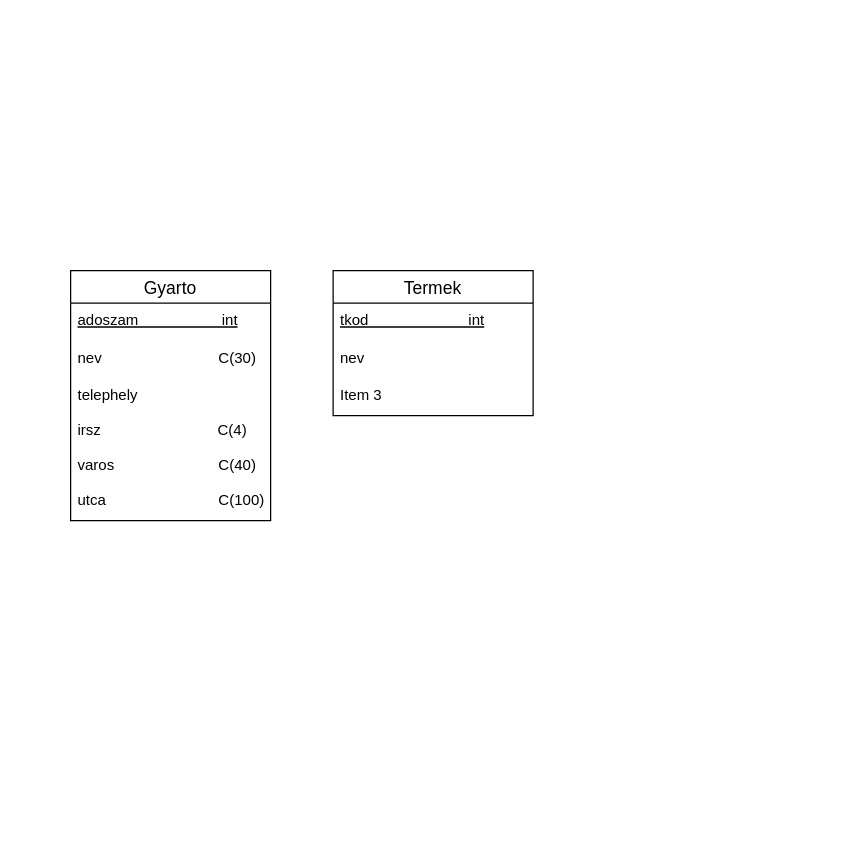
Earlier version of the draw.io diagram page "EZ3YRC_5.3" (4 of 5) of EZ3YRC_1011/5.ora.drawio (Ddavid111/EZ3YRC_DB1Gyak). Source tidied: cells renumbered, new cells numbered last; positions are measured from the earlier drawing's top-left corner, leaving out a move shared by most shapes. Both pictures are drawn from the tidied source at 125%, with x=0, y=0 at pixel (70, 270).
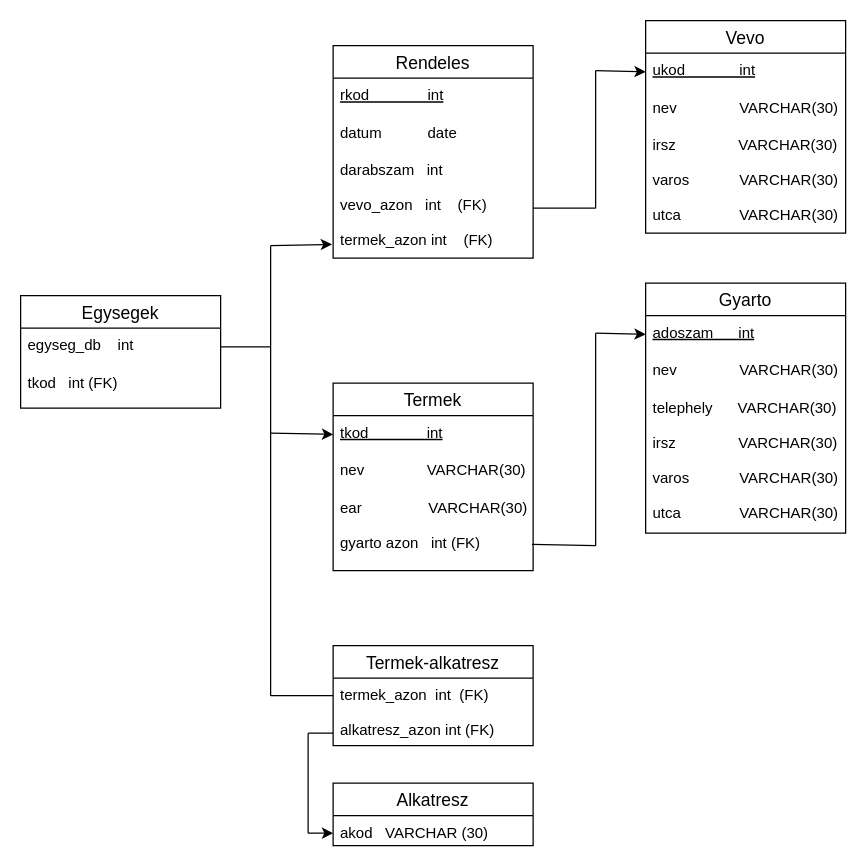
The same page after the edit.

Diff of the diagram source:
```diff
@@
     <mxCell id="2" value="Gyarto" style="swimlane;fontStyle=0;horizontal=1;startSize=26;align=center;fontSize=14;" parent="1" vertex="1">
-      <mxGeometry width="160" height="200" as="geometry" />
+      <mxGeometry x="460" y="10" width="160" height="200" as="geometry" />
     </mxCell>
-    <mxCell id="3" value="adoszam                    int" style="text;strokeColor=none;fillColor=none;spacingLeft=4;spacingRight=4;overflow=hidden;points=[[0,0.5],[1,0.5]];portConstraint=eastwest;fontSize=12;fontStyle=4;" parent="2" vertex="1">
+    <mxCell id="3" value="adoszam      int" style="text;strokeColor=none;fillColor=none;spacingLeft=4;spacingRight=4;overflow=hidden;points=[[0,0.5],[1,0.5]];portConstraint=eastwest;fontSize=12;fontStyle=4;" parent="2" vertex="1">
       <mxGeometry y="26" width="160" height="30" as="geometry" />
     </mxCell>
-    <mxCell id="4" value="nev                            C(30)" style="text;strokeColor=none;fillColor=none;spacingLeft=4;spacingRight=4;overflow=hidden;fontSize=12;" parent="2" vertex="1">
+    <mxCell id="4" value="nev               VARCHAR(30)" style="text;strokeColor=none;fillColor=none;spacingLeft=4;spacingRight=4;overflow=hidden;fontSize=12;" parent="2" vertex="1">
       <mxGeometry y="56" width="160" height="30" as="geometry" />
     </mxCell>
-    <mxCell id="5" value="telephely&#10;&#10;irsz                            C(4)&#10;&#10;varos                         C(40)&#10;&#10;utca                           C(100)" style="text;strokeColor=none;fillColor=none;spacingLeft=4;spacingRight=4;overflow=hidden;fontSize=12;" parent="2" vertex="1">
+    <mxCell id="5" value="telephely      VARCHAR(30)&#10;&#10;irsz               VARCHAR(30)&#10;&#10;varos            VARCHAR(30)&#10;&#10;utca              VARCHAR(30)" style="text;strokeColor=none;fillColor=none;spacingLeft=4;spacingRight=4;overflow=hidden;fontSize=12;" parent="2" vertex="1">
       <mxGeometry y="86" width="160" height="114" as="geometry" />
     </mxCell>
     <mxCell id="6" value="Termek" style="swimlane;fontStyle=0;horizontal=1;startSize=26;align=center;fontSize=14;" parent="1" vertex="1">
-      <mxGeometry x="210" width="160" height="116" as="geometry" />
+      <mxGeometry x="210" y="90" width="160" height="150" as="geometry" />
     </mxCell>
-    <mxCell id="7" value="tkod                        int" style="text;strokeColor=none;fillColor=none;spacingLeft=4;spacingRight=4;overflow=hidden;points=[[0,0.5],[1,0.5]];portConstraint=eastwest;fontSize=12;fontStyle=4;" parent="6" vertex="1">
+    <mxCell id="7" value="tkod              int" style="text;strokeColor=none;fillColor=none;spacingLeft=4;spacingRight=4;overflow=hidden;points=[[0,0.5],[1,0.5]];portConstraint=eastwest;fontSize=12;fontStyle=4;" parent="6" vertex="1">
       <mxGeometry y="26" width="160" height="30" as="geometry" />
     </mxCell>
-    <mxCell id="8" value="nev                         " style="text;strokeColor=none;fillColor=none;spacingLeft=4;spacingRight=4;overflow=hidden;fontSize=12;" parent="6" vertex="1">
+    <mxCell id="8" value="nev               VARCHAR(30)&#10; " style="text;strokeColor=none;fillColor=none;spacingLeft=4;spacingRight=4;overflow=hidden;fontSize=12;" parent="6" vertex="1">
       <mxGeometry y="56" width="160" height="30" as="geometry" />
     </mxCell>
-    <mxCell id="9" value="Item 3" style="text;strokeColor=none;fillColor=none;spacingLeft=4;spacingRight=4;overflow=hidden;points=[[0,0.5],[1,0.5]];portConstraint=eastwest;fontSize=12;" parent="6" vertex="1">
-      <mxGeometry y="86" width="160" height="30" as="geometry" />
+    <mxCell id="9" value="ear                VARCHAR(30)&#10;&#10;gyarto azon   int (FK)" style="text;strokeColor=none;fillColor=none;spacingLeft=4;spacingRight=4;overflow=hidden;points=[[0,0.5],[1,0.5]];portConstraint=eastwest;fontSize=12;" parent="6" vertex="1">
+      <mxGeometry y="86" width="160" height="64" as="geometry" />
     </mxCell>
+    <mxCell id="10" value="Vevo" style="swimlane;fontStyle=0;horizontal=1;startSize=26;align=center;fontSize=14;" parent="1" vertex="1">
+      <mxGeometry x="460" y="-200" width="160" height="170" as="geometry" />
+    </mxCell>
+    <mxCell id="11" value="ukod             int" style="text;strokeColor=none;fillColor=none;spacingLeft=4;spacingRight=4;overflow=hidden;points=[[0,0.5],[1,0.5]];portConstraint=eastwest;fontSize=12;fontStyle=4;" parent="10" vertex="1">
+      <mxGeometry y="26" width="160" height="30" as="geometry" />
+    </mxCell>
+    <mxCell id="12" value="nev               VARCHAR(30)" style="text;strokeColor=none;fillColor=none;spacingLeft=4;spacingRight=4;overflow=hidden;fontSize=12;" parent="10" vertex="1">
+      <mxGeometry y="56" width="160" height="30" as="geometry" />
+    </mxCell>
+    <mxCell id="13" value="irsz               VARCHAR(30)&#10;&#10;varos            VARCHAR(30)&#10;&#10;utca              VARCHAR(30)" style="text;strokeColor=none;fillColor=none;spacingLeft=4;spacingRight=4;overflow=hidden;fontSize=12;" parent="10" vertex="1">
+      <mxGeometry y="86" width="160" height="84" as="geometry" />
+    </mxCell>
+    <mxCell id="14" value="Rendeles" style="swimlane;fontStyle=0;horizontal=1;startSize=26;align=center;fontSize=14;" parent="1" vertex="1">
+      <mxGeometry x="210" y="-180" width="160" height="170" as="geometry" />
+    </mxCell>
+    <mxCell id="15" value="rkod              int" style="text;strokeColor=none;fillColor=none;spacingLeft=4;spacingRight=4;overflow=hidden;fontSize=12;fontStyle=4;" parent="14" vertex="1">
+      <mxGeometry y="26" width="160" height="30" as="geometry" />
+    </mxCell>
+    <mxCell id="16" value="datum           date" style="text;strokeColor=none;fillColor=none;spacingLeft=4;spacingRight=4;overflow=hidden;fontSize=12;" parent="14" vertex="1">
+      <mxGeometry y="56" width="160" height="30" as="geometry" />
+    </mxCell>
+    <mxCell id="17" value="darabszam   int&#10;&#10;vevo_azon   int    (FK)&#10;&#10;termek_azon int    (FK)" style="text;strokeColor=none;fillColor=none;spacingLeft=4;spacingRight=4;overflow=hidden;points=[[0,0.5],[1,0.5]];portConstraint=eastwest;fontSize=12;" parent="14" vertex="1">
+      <mxGeometry y="86" width="160" height="84" as="geometry" />
+    </mxCell>
+    <mxCell id="18" value="Egysegek" style="swimlane;fontStyle=0;horizontal=1;startSize=26;align=center;fontSize=14;" parent="1" vertex="1">
+      <mxGeometry x="-40" y="20" width="160" height="90" as="geometry" />
+    </mxCell>
+    <mxCell id="19" value="egyseg_db    int" style="text;strokeColor=none;fillColor=none;spacingLeft=4;spacingRight=4;overflow=hidden;points=[[0,0.5],[1,0.5]];portConstraint=eastwest;fontSize=12;fontStyle=0;" parent="18" vertex="1">
+      <mxGeometry y="26" width="160" height="30" as="geometry" />
+    </mxCell>
+    <mxCell id="20" value="tkod   int (FK)" style="text;strokeColor=none;fillColor=none;spacingLeft=4;spacingRight=4;overflow=hidden;fontSize=12;" parent="18" vertex="1">
+      <mxGeometry y="56" width="160" height="34" as="geometry" />
+    </mxCell>
+    <mxCell id="21" value="Termek-alkatresz" style="swimlane;fontStyle=0;horizontal=1;startSize=26;align=center;fontSize=14;" parent="1" vertex="1">
+      <mxGeometry x="210" y="300" width="160" height="80" as="geometry" />
+    </mxCell>
+    <mxCell id="22" value="termek_azon  int  (FK)&#10;&#10;alkatresz_azon int (FK)" style="text;strokeColor=none;fillColor=none;spacingLeft=4;spacingRight=4;overflow=hidden;fontSize=12;fontStyle=0;" parent="21" vertex="1">
+      <mxGeometry y="26" width="160" height="54" as="geometry" />
+    </mxCell>
+    <mxCell id="23" value="Alkatresz" style="swimlane;fontStyle=0;horizontal=1;startSize=26;align=center;fontSize=14;" parent="1" vertex="1">
+      <mxGeometry x="210" y="410" width="160" height="50" as="geometry" />
+    </mxCell>
+    <mxCell id="24" value="akod   VARCHAR (30)" style="text;strokeColor=none;fillColor=none;spacingLeft=4;spacingRight=4;overflow=hidden;fontSize=12;fontStyle=0;" parent="23" vertex="1">
+      <mxGeometry y="26" width="160" height="24" as="geometry" />
+    </mxCell>
+    <mxCell id="25" style="endArrow=none;html=1;rounded=0;exitX=1;exitY=0.5;exitDx=0;exitDy=0;" parent="1" edge="1" source="19">
+      <mxGeometry relative="1" as="geometry">
+        <mxPoint x="160" y="61" as="targetPoint" />
+      </mxGeometry>
+    </mxCell>
+    <mxCell id="26" style="endArrow=none;html=1;rounded=0;" parent="1" edge="1">
+      <mxGeometry relative="1" as="geometry">
+        <mxPoint x="160" y="340" as="sourcePoint" />
+        <mxPoint x="160" y="-20" as="targetPoint" />
+      </mxGeometry>
+    </mxCell>
+    <mxCell id="27" style="endArrow=classic;html=1;rounded=0;entryX=-0.006;entryY=0.869;entryDx=0;entryDy=0;entryPerimeter=0;" parent="1" edge="1" target="17">
+      <mxGeometry relative="1" as="geometry">
+        <mxPoint x="160" y="-20" as="sourcePoint" />
+      </mxGeometry>
+    </mxCell>
+    <mxCell id="28" style="endArrow=classic;html=1;rounded=0;entryX=0;entryY=0.5;entryDx=0;entryDy=0;" parent="1" edge="1" target="7">
+      <mxGeometry relative="1" as="geometry">
+        <mxPoint x="160" y="130" as="sourcePoint" />
+      </mxGeometry>
+    </mxCell>
+    <mxCell id="29" style="endArrow=none;html=1;rounded=0;" parent="1" edge="1">
+      <mxGeometry relative="1" as="geometry">
+        <mxPoint x="160" y="340" as="sourcePoint" />
+        <mxPoint x="210" y="340" as="targetPoint" />
+      </mxGeometry>
+    </mxCell>
+    <mxCell id="30" style="endArrow=none;html=1;rounded=0;" parent="1" edge="1">
+      <mxGeometry relative="1" as="geometry">
+        <mxPoint x="190" y="450" as="sourcePoint" />
+        <mxPoint x="190" y="370" as="targetPoint" />
+      </mxGeometry>
+    </mxCell>
+    <mxCell id="31" style="endArrow=classic;html=1;rounded=0;" parent="1" edge="1">
+      <mxGeometry relative="1" as="geometry">
+        <mxPoint x="190" y="450" as="sourcePoint" />
+        <mxPoint x="210" y="450" as="targetPoint" />
+      </mxGeometry>
+    </mxCell>
+    <mxCell id="32" style="endArrow=none;html=1;rounded=0;" parent="1" edge="1">
+      <mxGeometry relative="1" as="geometry">
+        <mxPoint x="190" y="370" as="sourcePoint" />
+        <mxPoint x="210" y="370" as="targetPoint" />
+      </mxGeometry>
+    </mxCell>
+    <mxCell id="33" style="endArrow=none;html=1;rounded=0;exitX=0.994;exitY=0.672;exitDx=0;exitDy=0;exitPerimeter=0;" parent="1" edge="1" source="9">
+      <mxGeometry relative="1" as="geometry">
+        <mxPoint x="420" y="220" as="targetPoint" />
+      </mxGeometry>
+    </mxCell>
+    <mxCell id="34" style="endArrow=none;html=1;rounded=0;" parent="1" edge="1">
+      <mxGeometry relative="1" as="geometry">
+        <mxPoint x="420" y="220" as="sourcePoint" />
+        <mxPoint x="420" y="50" as="targetPoint" />
+      </mxGeometry>
+    </mxCell>
+    <mxCell id="35" style="endArrow=classic;html=1;rounded=0;entryX=0;entryY=0.5;entryDx=0;entryDy=0;" parent="1" edge="1" target="3">
+      <mxGeometry relative="1" as="geometry">
+        <mxPoint x="420" y="50" as="sourcePoint" />
+      </mxGeometry>
+    </mxCell>
+    <mxCell id="36" style="endArrow=none;html=1;rounded=0;" parent="1" edge="1">
+      <mxGeometry relative="1" as="geometry">
+        <mxPoint x="370" y="-50" as="sourcePoint" />
+        <mxPoint x="420" y="-50" as="targetPoint" />
+      </mxGeometry>
+    </mxCell>
+    <mxCell id="37" style="endArrow=none;html=1;rounded=0;" parent="1" edge="1">
+      <mxGeometry relative="1" as="geometry">
+        <mxPoint x="420" y="-50" as="sourcePoint" />
+        <mxPoint x="420" y="-160" as="targetPoint" />
+      </mxGeometry>
+    </mxCell>
+    <mxCell id="38" style="endArrow=classic;html=1;rounded=0;entryX=0;entryY=0.5;entryDx=0;entryDy=0;" parent="1" edge="1" target="11">
+      <mxGeometry relative="1" as="geometry">
+        <mxPoint x="420" y="-160" as="sourcePoint" />
+      </mxGeometry>
+    </mxCell>
```
